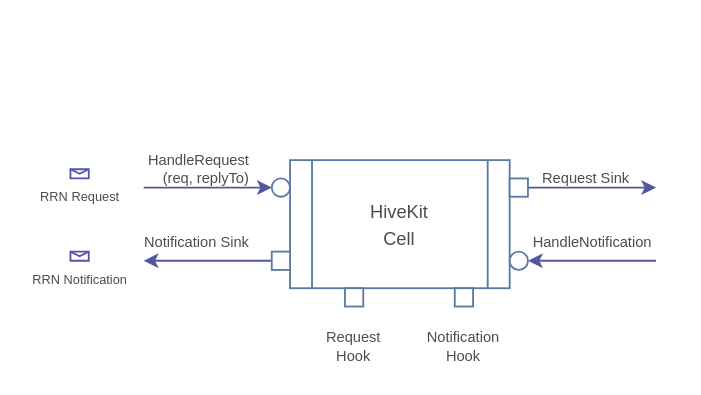
Before: page "cell" (1 of 8) of docs/hivekit.drawio in hiveot/hivekit, a draw.io diagram. Source tidied: cells renumbered, new cells numbered last; positions are measured from the earlier drawing's top-left corner, leaving out a move shared by most shapes. Both pictures are drawn from the tidied source at 183%, with x=0, y=0 at pixel (70, 159).
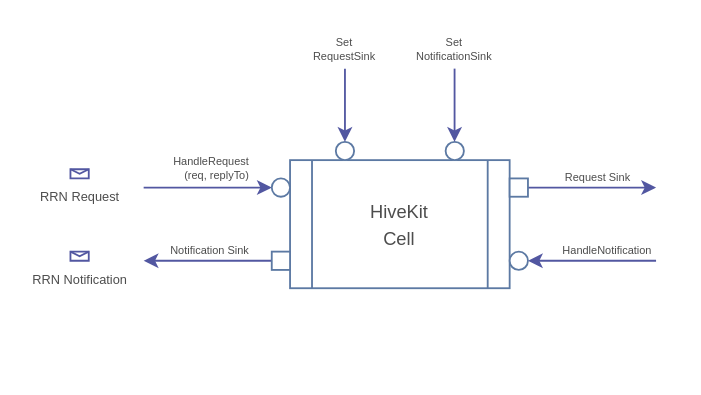
The same page after the edit.

The change refers to these unchanged cells:
```xml
<mxCell id="14" style="group;fontSize=9;" parent="1" vertex="1">
  <mxGeometry x="110" width="140" height="80" as="geometry" />
</mxCell>
```

The edit, as a diff of the source:
```diff
@@
-    <mxCell id="2" value="HandleRequest (req, replyTo)" style="text;html=1;align=right;verticalAlign=middle;whiteSpace=wrap;rounded=0;fontSize=8;fontColor=#4D4D4D;" parent="1" vertex="1">
+    <mxCell id="2" value="HandleRequest &lt;br&gt;(req, replyTo)" style="text;html=1;align=right;verticalAlign=middle;whiteSpace=wrap;rounded=0;fontSize=6;fontColor=#4D4D4D;autosizeText=1;" parent="1" vertex="1">
       <mxGeometry x="40" width="60" height="10" as="geometry" />
     </mxCell>
-    <mxCell id="3" value="HandleNotification" style="text;html=1;align=right;verticalAlign=middle;whiteSpace=wrap;rounded=0;fontSize=8;fontColor=#4D4D4D;" parent="1" vertex="1">
-      <mxGeometry x="260" y="40" width="60" height="10" as="geometry" />
+    <mxCell id="3" value="HandleNotification" style="text;html=1;align=right;verticalAlign=middle;whiteSpace=wrap;rounded=0;fontSize=6;fontColor=#4D4D4D;autosizeText=1;" parent="1" vertex="1">
+      <mxGeometry x="260" y="45" width="60" height="10" as="geometry" />
     </mxCell>
-    <mxCell id="4" value="Request Sink&amp;nbsp;" style="text;html=1;align=right;verticalAlign=middle;whiteSpace=wrap;rounded=0;fontSize=8;fontColor=#4D4D4D;" parent="1" vertex="1">
+    <mxCell id="4" value="Request Sink&amp;nbsp;" style="text;html=1;align=right;verticalAlign=middle;whiteSpace=wrap;rounded=0;fontSize=6;fontColor=#4D4D4D;autosizeText=1;" parent="1" vertex="1">
       <mxGeometry x="250" y="5" width="60" height="10" as="geometry" />
     </mxCell>
-    <mxCell id="5" value="Notification Sink" style="text;html=1;align=right;verticalAlign=middle;whiteSpace=wrap;rounded=0;fontSize=8;fontColor=#4D4D4D;" parent="1" vertex="1">
-      <mxGeometry x="40" y="40" width="60" height="10" as="geometry" />
+    <mxCell id="5" value="Notification Sink" style="text;html=1;align=right;verticalAlign=middle;whiteSpace=wrap;rounded=0;fontSize=6;fontColor=#4D4D4D;autosizeText=1;" parent="1" vertex="1">
+      <mxGeometry x="40" y="45" width="60" height="10" as="geometry" />
     </mxCell>
-    <mxCell id="6" value="Notification Hook" style="text;html=1;align=center;verticalAlign=middle;whiteSpace=wrap;rounded=0;fontSize=8;fontColor=#4D4D4D;" parent="1" vertex="1">
-      <mxGeometry x="185" y="94" width="60" height="16" as="geometry" />
-    </mxCell>
-    <mxCell id="7" value="Request Hook" style="text;html=1;align=center;verticalAlign=middle;whiteSpace=wrap;rounded=0;fontSize=8;fontColor=#4D4D4D;" parent="1" vertex="1">
-      <mxGeometry x="135" y="94" width="40" height="16" as="geometry" />
-    </mxCell>
@@
-    <mxCell id="18" style="html=1;rounded=0;rotation=-180;strokeColor=#5C79A3;" parent="14" vertex="1">
-      <mxGeometry x="40" y="70" width="10" height="10" as="geometry" />
-    </mxCell>
-    <mxCell id="19" style="html=1;rounded=0;rotation=-180;strokeColor=#5C79A3;" parent="14" vertex="1">
-      <mxGeometry x="100" y="70" width="10" height="10" as="geometry" />
-    </mxCell>
@@
+    <mxCell id="22" style="ellipse;whiteSpace=wrap;html=1;strokeColor=#5C79A3;" parent="1" vertex="1">
+      <mxGeometry x="145" y="-10" width="10" height="10" as="geometry" />
+    </mxCell>
+    <mxCell id="23" style="ellipse;whiteSpace=wrap;html=1;strokeColor=#5C79A3;" parent="1" vertex="1">
+      <mxGeometry x="205" y="-10" width="10" height="10" as="geometry" />
+    </mxCell>
+    <mxCell id="24" style="endArrow=classic;html=1;rounded=0;endSize=5;strokeColor=#5257A1;entryX=0.5;entryY=0;entryDx=0;entryDy=0;" parent="1" edge="1" target="22">
+      <mxGeometry relative="1" as="geometry">
+        <mxPoint x="150" y="-50" as="sourcePoint" />
+      </mxGeometry>
+    </mxCell>
+    <mxCell id="25" style="endArrow=classic;html=1;rounded=0;endSize=5;strokeColor=#5257A1;entryX=0.5;entryY=0;entryDx=0;entryDy=0;" parent="1" edge="1">
+      <mxGeometry relative="1" as="geometry">
+        <mxPoint x="209.9" y="-50" as="sourcePoint" />
+        <mxPoint x="209.9" y="-10" as="targetPoint" />
+      </mxGeometry>
+    </mxCell>
+    <mxCell id="26" value="Set&lt;div&gt;RequestSink&lt;/div&gt;" style="text;html=1;align=center;verticalAlign=middle;whiteSpace=wrap;rounded=0;fontSize=6;fontColor=#4D4D4D;autosizeText=1;" parent="1" vertex="1">
+      <mxGeometry x="120" y="-70" width="60" height="20" as="geometry" />
+    </mxCell>
+    <mxCell id="27" value="Set&lt;div&gt;NotificationSink&lt;/div&gt;" style="text;html=1;align=center;verticalAlign=middle;whiteSpace=wrap;rounded=0;fontSize=6;fontColor=#4D4D4D;autosizeText=1;" parent="1" vertex="1">
+      <mxGeometry x="180" y="-70" width="60" height="20" as="geometry" />
+    </mxCell>
```
